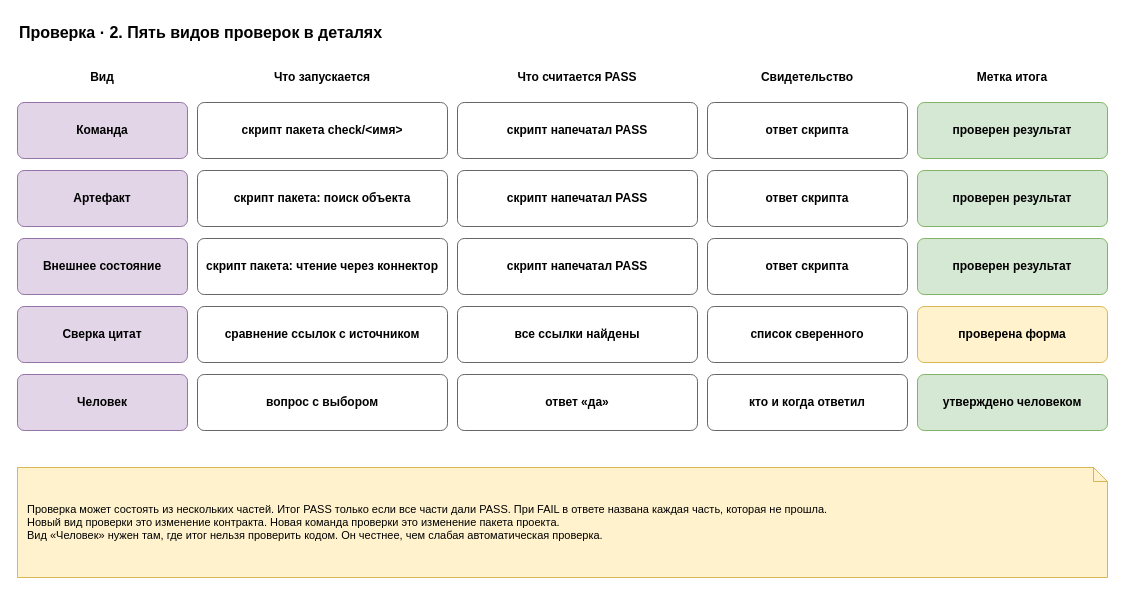
Above: page "2. Виды проверок" (2 of 5) of docs/spec/harness-check.drawio in roygkov/reins (draw.io), before the change. Source tidied: cells renumbered, new cells numbered last; positions are measured from the earlier drawing's top-left corner, leaving out a move shared by most shapes. Both pictures are drawn from the tidied source at 100%, with x=0, y=0 at pixel (17, 17).
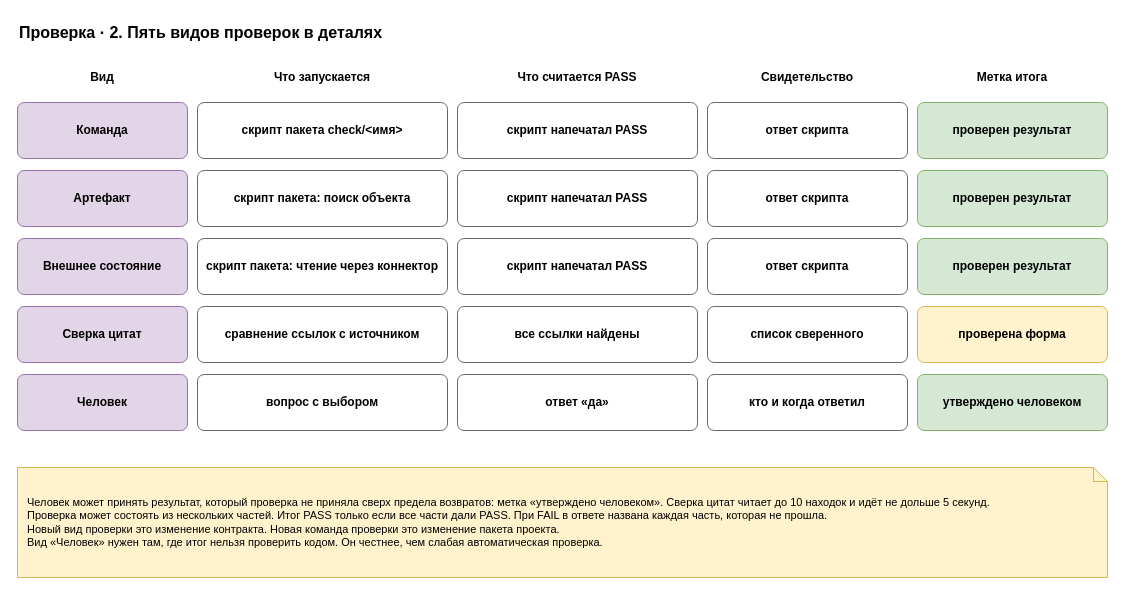
Above is the later version.

What changed in the source:
```diff
@@
-    <mxCell id="33" value="Проверка может состоять из нескольких частей. Итог PASS только если все части дали PASS. При FAIL в ответе названа каждая часть, которая не прошла.&lt;br&gt;Новый вид проверки это изменение контракта. Новая команда проверки это изменение пакета проекта.&lt;br&gt;Вид «Человек» нужен там, где итог нельзя проверить кодом. Он честнее, чем слабая автоматическая проверка." style="shape=note;whiteSpace=wrap;html=1;backgroundOutline=1;size=14;fillColor=#fff2cc;strokeColor=#d6b656;align=left;spacingLeft=8;spacingRight=8;fontSize=11;" parent="1" vertex="1">
+    <mxCell id="33" value="Человек может принять результат, который проверка не приняла сверх предела возвратов: метка «утверждено человеком». Сверка цитат читает до 10 находок и идёт не дольше 5 секунд.&lt;br&gt;Проверка может состоять из нескольких частей. Итог PASS только если все части дали PASS. При FAIL в ответе названа каждая часть, которая не прошла.&lt;br&gt;Новый вид проверки это изменение контракта. Новая команда проверки это изменение пакета проекта.&lt;br&gt;Вид «Человек» нужен там, где итог нельзя проверить кодом. Он честнее, чем слабая автоматическая проверка." style="shape=note;whiteSpace=wrap;html=1;backgroundOutline=1;size=14;fillColor=#fff2cc;strokeColor=#d6b656;align=left;spacingLeft=8;spacingRight=8;fontSize=11;" parent="1" vertex="1">
       <mxGeometry y="450" width="1090" height="110" as="geometry" />
     </mxCell>
```
